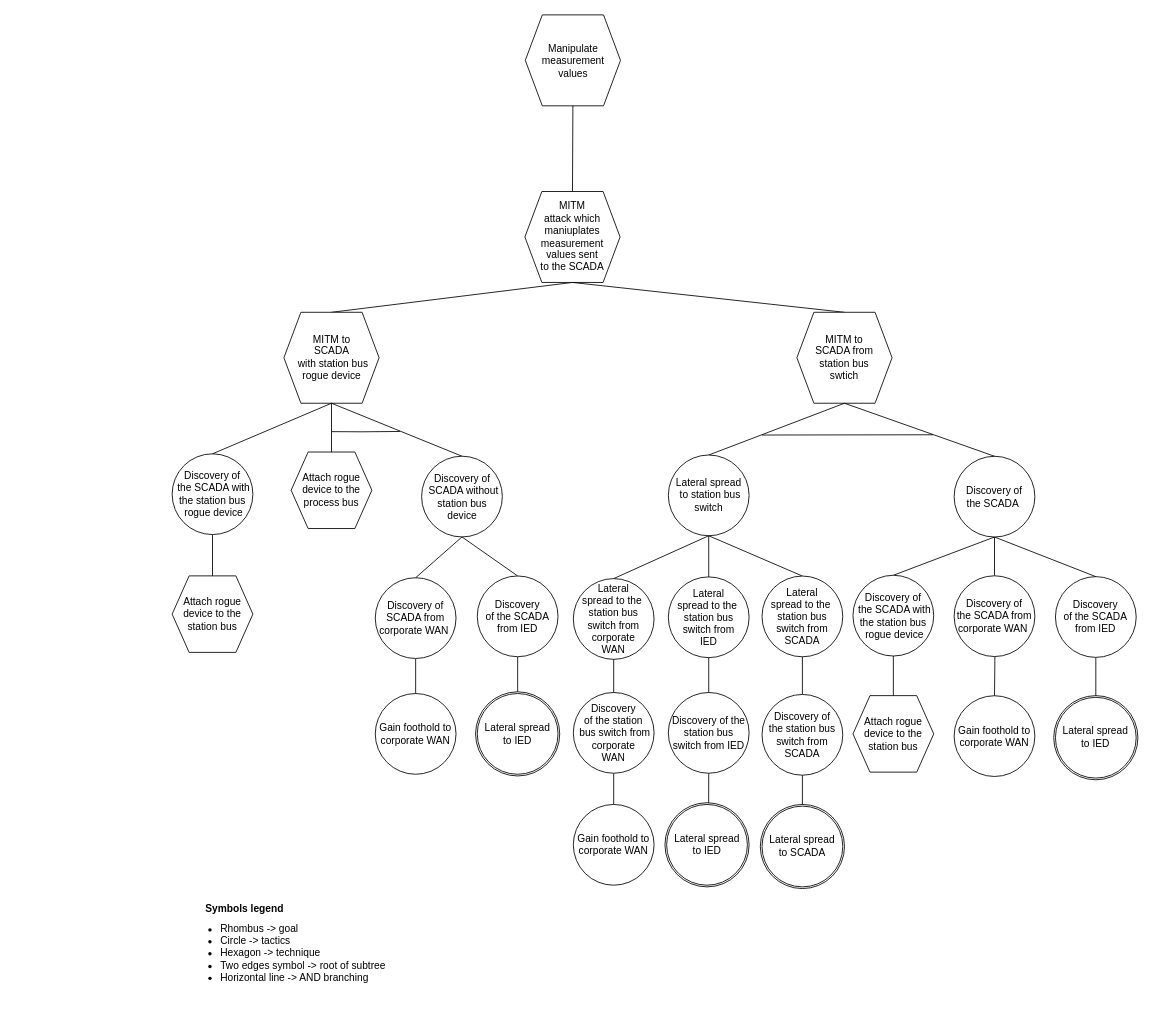
Earlier version of the draw.io diagram drawIO_trees/solution_3_4.drawio (mihaelM/Attack_trees). Source tidied: cells renumbered, new cells numbered last; positions are measured from the earlier drawing's top-left corner, leaving out a move shared by most shapes. Both pictures are drawn from the tidied source at 85%, with x=0, y=0 at pixel (172, 14).
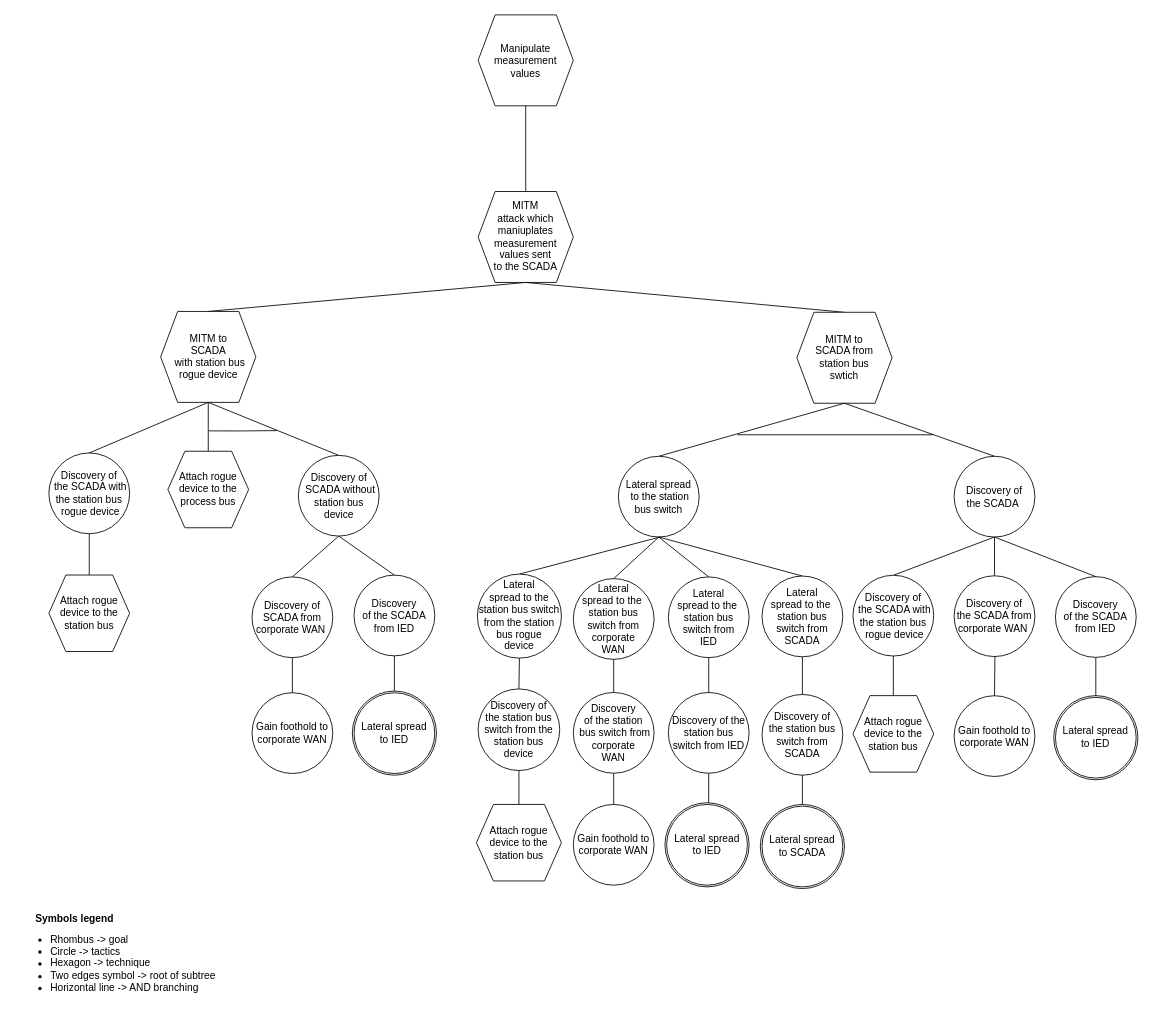
After the change.

The edit, as a diff of the source:
```diff
@@
     <mxCell id="2" value="&lt;font style=&quot;font-size: 12px&quot;&gt;Symbols legend&lt;/font&gt;" style="text;strokeColor=none;fillColor=none;html=1;fontSize=24;fontStyle=1;verticalAlign=middle;align=center;" parent="1" vertex="1">
-      <mxGeometry x="35" y="1027.9" width="100" height="40" as="geometry" />
+      <mxGeometry x="-165" y="1040" width="100" height="40" as="geometry" />
     </mxCell>
     <mxCell id="3" value="&lt;ul&gt;&lt;li&gt;&lt;span&gt;Rhombus -&amp;gt; goal&lt;/span&gt;&lt;/li&gt;&lt;li&gt;&lt;span&gt;Circle -&amp;gt; tactics&lt;/span&gt;&lt;br&gt;&lt;/li&gt;&lt;li&gt;Hexagon -&amp;gt; technique&lt;/li&gt;&lt;li&gt;Two edges symbol -&amp;gt; root of subtree&lt;/li&gt;&lt;li&gt;Horizontal line -&amp;gt; AND branching&lt;/li&gt;&lt;/ul&gt;" style="text;strokeColor=none;fillColor=none;html=1;whiteSpace=wrap;verticalAlign=middle;overflow=hidden;fontSize=12;" parent="1" vertex="1">
-      <mxGeometry x="15" y="1037.9" width="256" height="132.1" as="geometry" />
+      <mxGeometry x="-185" y="1050" width="256" height="132.1" as="geometry" />
     </mxCell>
     <mxCell id="4" value="Manipulate measurement values" style="shape=hexagon;perimeter=hexagonPerimeter2;whiteSpace=wrap;html=1;fixedSize=1;" parent="1" vertex="1">
-      <mxGeometry x="415.5" width="112" height="107" as="geometry" />
+      <mxGeometry x="360" width="112" height="107" as="geometry" />
     </mxCell>
@@
     <mxCell id="6" value="MITM &lt;br&gt;attack which &lt;br&gt;maniuplates measurement values sent&lt;br&gt;to the SCADA" style="shape=hexagon;perimeter=hexagonPerimeter2;whiteSpace=wrap;html=1;fixedSize=1;" parent="1" vertex="1">
-      <mxGeometry x="415" y="207.8" width="112" height="107" as="geometry" />
+      <mxGeometry x="360" y="207.8" width="112" height="107" as="geometry" />
     </mxCell>
@@
     <mxCell id="13" value="Attach rogue device to the station bus" style="shape=hexagon;perimeter=hexagonPerimeter2;whiteSpace=wrap;html=1;fixedSize=1;" parent="1" vertex="1">
-      <mxGeometry y="660" width="95" height="90" as="geometry" />
+      <mxGeometry x="-145" y="659" width="95" height="90" as="geometry" />
     </mxCell>
     <mxCell id="14" value="Discovery of&lt;br&gt;&amp;nbsp;the SCADA with the station bus&lt;br&gt;&amp;nbsp;rogue device" style="ellipse;whiteSpace=wrap;html=1;" parent="1" vertex="1">
-      <mxGeometry y="516.4" width="95" height="95" as="geometry" />
+      <mxGeometry x="-145" y="515.4" width="95" height="95" as="geometry" />
     </mxCell>
@@
     <mxCell id="30" style="endArrow=none;html=1;rounded=0;" parent="1" edge="1">
       <mxGeometry relative="1" as="geometry">
-        <mxPoint x="694" y="494.3" as="sourcePoint" />
+        <mxPoint x="665" y="494" as="sourcePoint" />
         <mxPoint x="895" y="494" as="targetPoint" />
       </mxGeometry>
     </mxCell>
-    <mxCell id="31" value="Lateral spread&lt;br&gt;&amp;nbsp;to station bus switch" style="ellipse;whiteSpace=wrap;html=1;" parent="1" vertex="1">
-      <mxGeometry x="583.8" y="517.8" width="95" height="95" as="geometry" />
+    <mxCell id="31" value="Lateral spread&lt;br&gt;&amp;nbsp;to the station bus switch" style="ellipse;whiteSpace=wrap;html=1;" parent="1" vertex="1">
+      <mxGeometry x="525" y="519.3" width="95" height="95" as="geometry" />
     </mxCell>
     <mxCell id="32" value="MITM to &lt;br&gt;SCADA&lt;br&gt;&amp;nbsp;with station bus rogue device" style="shape=hexagon;perimeter=hexagonPerimeter2;whiteSpace=wrap;html=1;fixedSize=1;" parent="1" vertex="1">
-      <mxGeometry x="131.5" y="349.9" width="112" height="107" as="geometry" />
+      <mxGeometry x="-13.5" y="348.9" width="112" height="107" as="geometry" />
     </mxCell>
@@
     <mxCell id="39" style="endArrow=none;html=1;rounded=0;" parent="1" edge="1">
       <mxGeometry relative="1" as="geometry">
-        <mxPoint x="188" y="490.3" as="sourcePoint" />
-        <mxPoint x="268" y="490.1" as="targetPoint" />
+        <mxPoint x="43" y="489.4" as="sourcePoint" />
+        <mxPoint x="123" y="489.1" as="targetPoint" />
         <Array as="points">
-          <mxPoint x="223" y="490.5" />
+          <mxPoint x="78" y="489.5" />
         </Array>
       </mxGeometry>
     </mxCell>
     <mxCell id="40" value="Attach rogue device to the process bus" style="shape=hexagon;perimeter=hexagonPerimeter2;whiteSpace=wrap;html=1;fixedSize=1;" parent="1" vertex="1">
-      <mxGeometry x="140" y="514.3" width="95" height="90" as="geometry" />
+      <mxGeometry x="-5" y="513.4" width="95" height="90" as="geometry" />
     </mxCell>
     <mxCell id="41" value="Discovery of&lt;br&gt;&amp;nbsp;SCADA without station bus device" style="ellipse;whiteSpace=wrap;html=1;" parent="1" vertex="1">
-      <mxGeometry x="293.5" y="519.2" width="95" height="95" as="geometry" />
+      <mxGeometry x="148.5" y="518.2" width="95" height="95" as="geometry" />
     </mxCell>
     <mxCell id="42" value="Gain foothold to corporate WAN" style="ellipse;whiteSpace=wrap;html=1;" parent="1" vertex="1">
-      <mxGeometry x="239" y="798.4" width="95" height="95" as="geometry" />
+      <mxGeometry x="94" y="797.5" width="95" height="95" as="geometry" />
     </mxCell>
@@
     <mxCell id="44" value="Discovery&amp;nbsp;of &lt;br&gt;SCADA from corporate WAN&amp;nbsp;" style="ellipse;whiteSpace=wrap;html=1;" parent="1" vertex="1">
-      <mxGeometry x="239" y="662.2" width="95" height="95" as="geometry" />
+      <mxGeometry x="94" y="661.2" width="95" height="95" as="geometry" />
     </mxCell>
@@
     <mxCell id="46" style="endArrow=none;html=1;rounded=0;exitX=0.5;exitY=1;exitDx=0;exitDy=0;entryX=0.5;entryY=0;entryDx=0;entryDy=0;" parent="1" edge="1" source="47">
       <mxGeometry relative="1" as="geometry">
-        <mxPoint x="406.5" y="799.7" as="targetPoint" />
+        <mxPoint x="261.5" y="798.7" as="targetPoint" />
       </mxGeometry>
     </mxCell>
     <mxCell id="47" value="Discovery&lt;br&gt;of the SCADA from IED" style="ellipse;whiteSpace=wrap;html=1;" parent="1" vertex="1">
-      <mxGeometry x="359" y="660.1" width="95" height="95" as="geometry" />
+      <mxGeometry x="214" y="659.1" width="95" height="95" as="geometry" />
     </mxCell>
@@
     <mxCell id="59" style="ellipse;whiteSpace=wrap;html=1;" parent="1" vertex="1">
-      <mxGeometry x="357" y="796.4" width="99" height="99" as="geometry" />
+      <mxGeometry x="212" y="795.5" width="99" height="99" as="geometry" />
     </mxCell>
     <mxCell id="60" value="Lateral spread&lt;br&gt;to IED" style="ellipse;whiteSpace=wrap;html=1;" parent="1" vertex="1">
-      <mxGeometry x="359" y="798.4" width="95" height="95" as="geometry" />
+      <mxGeometry x="214" y="797.5" width="95" height="95" as="geometry" />
     </mxCell>
@@
+    <mxCell id="67" style="endArrow=none;html=1;rounded=0;entryX=0.5;entryY=0;entryDx=0;entryDy=0;exitX=0.5;exitY=1;exitDx=0;exitDy=0;" parent="1" edge="1" target="68">
+      <mxGeometry relative="1" as="geometry">
+        <mxPoint x="574" y="614.3" as="sourcePoint" />
+      </mxGeometry>
+    </mxCell>
+    <mxCell id="68" value="Lateral &lt;br&gt;spread to the station bus switch from the station bus rogue &lt;br&gt;device" style="ellipse;whiteSpace=wrap;html=1;" parent="1" vertex="1">
+      <mxGeometry x="359.1" y="657.9" width="98.9" height="98.9" as="geometry" />
+    </mxCell>
+    <mxCell id="69" value="Discovery of &lt;br&gt;the station bus switch from the station bus device" style="ellipse;whiteSpace=wrap;html=1;" parent="1" vertex="1">
+      <mxGeometry x="360" y="793" width="96" height="96" as="geometry" />
+    </mxCell>
+    <mxCell id="70" value="Attach rogue device to the station bus" style="shape=hexagon;perimeter=hexagonPerimeter2;whiteSpace=wrap;html=1;fixedSize=1;" parent="1" vertex="1">
+      <mxGeometry x="358" y="928.9" width="100" height="90" as="geometry" />
+    </mxCell>
+    <mxCell id="71" style="endArrow=none;html=1;rounded=0;entryX=0.5;entryY=1;entryDx=0;entryDy=0;" parent="1" edge="1" source="70" target="69">
+      <mxGeometry relative="1" as="geometry" />
+    </mxCell>
+    <mxCell id="72" style="endArrow=none;html=1;rounded=0;exitX=0.5;exitY=0;exitDx=0;exitDy=0;entryX=0.5;entryY=1;entryDx=0;entryDy=0;" parent="1" edge="1" source="69" target="68">
+      <mxGeometry relative="1" as="geometry" />
+    </mxCell>
```
